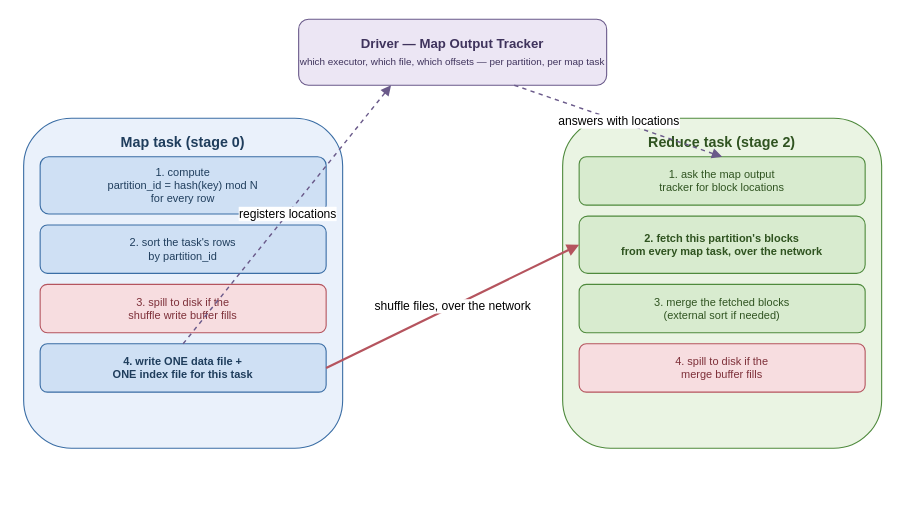
Above: book/figures/shuffle-write-read-path.drawio in AlanPhan04/spark-101-to-pro (draw.io), before the change. Source tidied: cells renumbered, new cells numbered last; positions are measured from the earlier drawing's top-left corner, leaving out a move shared by most shapes. Both pictures are drawn from the tidied source at 110%, with x=0, y=0 at pixel (23, 19).
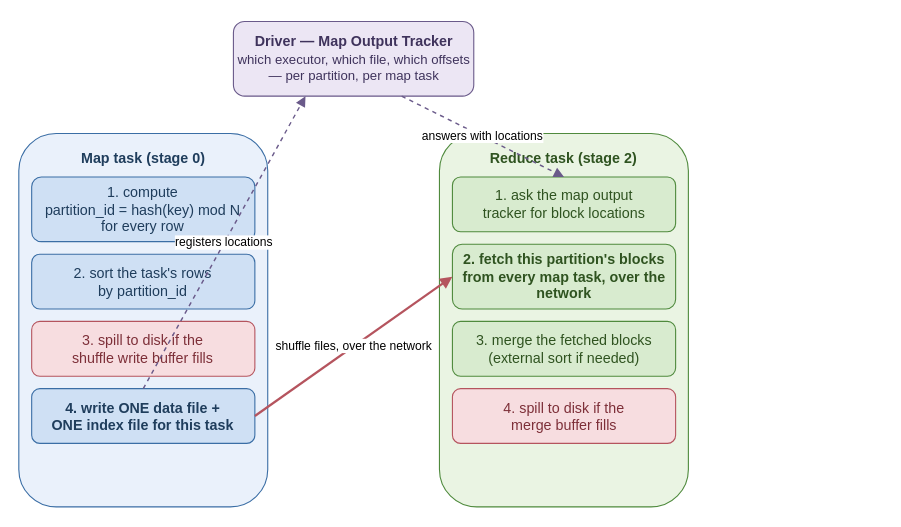
The same page after the edit.

The edit, as a diff of the source:
```diff
@@
 <mxGraphModel>
   <root>
     <mxCell id="0" />
     <mxCell id="1" parent="0" />
-    <mxCell id="2" value="&lt;b&gt;Driver &amp;#8212; Map Output Tracker&lt;/b&gt;&lt;br&gt;&lt;span style=&quot;font-size:9px&quot;&gt;which executor, which file, which offsets &amp;#8212; per partition, per map task&lt;/span&gt;" style="rounded=1;whiteSpace=wrap;html=1;fillColor=#ece6f4;strokeColor=#6a5a8a;fontSize=12;fontColor=#3f335c;" parent="1" vertex="1">
-      <mxGeometry x="250" width="280" height="60" as="geometry" />
+    <mxCell id="2" value="&lt;b&gt;Driver &amp;#8212; Map Output Tracker&lt;/b&gt;&lt;br&gt;&lt;span style=&quot;font-size:12px&quot;&gt;which executor, which file, which offsets &amp;#8212; per partition, per map task&lt;/span&gt;" style="rounded=1;whiteSpace=wrap;html=1;fillColor=#ece6f4;strokeColor=#6a5a8a;fontSize=13;fontColor=#3f335c;" parent="1" vertex="1">
+      <mxGeometry x="190.7" y="2" width="218.5" height="67.9" as="geometry" />
     </mxCell>
     <mxCell id="3" value="&lt;b&gt;Map task (stage 0)&lt;/b&gt;" style="rounded=1;whiteSpace=wrap;html=1;fillColor=#eaf1fb;strokeColor=#3b6ea5;fontSize=13;fontColor=#1f3d5c;verticalAlign=top;spacingTop=8;" parent="1" vertex="1">
-      <mxGeometry y="90" width="290" height="300" as="geometry" />
+      <mxGeometry x="-4.4" y="103.8" width="226.3" height="339.5" as="geometry" />
     </mxCell>
-    <mxCell id="4" value="1. compute&#10;partition_id = hash(key) mod N&#10;for every row" style="rounded=1;whiteSpace=wrap;html=1;fillColor=#cfe0f4;strokeColor=#3b6ea5;fontSize=10;fontColor=#1f3d5c;" parent="1" vertex="1">
-      <mxGeometry x="15" y="125" width="260" height="52" as="geometry" />
+    <mxCell id="4" value="1. compute&#10;partition_id = hash(key) mod N&#10;for every row" style="rounded=1;whiteSpace=wrap;html=1;fillColor=#cfe0f4;strokeColor=#3b6ea5;fontSize=13;fontColor=#1f3d5c;" parent="1" vertex="1">
+      <mxGeometry x="7.3" y="143.4" width="202.9" height="58.8" as="geometry" />
     </mxCell>
-    <mxCell id="5" value="2. sort the task's rows&#10;by partition_id" style="rounded=1;whiteSpace=wrap;html=1;fillColor=#cfe0f4;strokeColor=#3b6ea5;fontSize=10;fontColor=#1f3d5c;" parent="1" vertex="1">
-      <mxGeometry x="15" y="187" width="260" height="44" as="geometry" />
+    <mxCell id="5" value="2. sort the task's rows&#10;by partition_id" style="rounded=1;whiteSpace=wrap;html=1;fillColor=#cfe0f4;strokeColor=#3b6ea5;fontSize=13;fontColor=#1f3d5c;" parent="1" vertex="1">
+      <mxGeometry x="7.3" y="213.6" width="202.9" height="49.8" as="geometry" />
     </mxCell>
-    <mxCell id="6" value="3. spill to disk if the&#10;shuffle write buffer fills" style="rounded=1;whiteSpace=wrap;html=1;fillColor=#f7dde0;strokeColor=#b5545e;fontSize=10;fontColor=#7d2f38;" parent="1" vertex="1">
-      <mxGeometry x="15" y="241" width="260" height="44" as="geometry" />
+    <mxCell id="6" value="3. spill to disk if the&#10;shuffle write buffer fills" style="rounded=1;whiteSpace=wrap;html=1;fillColor=#f7dde0;strokeColor=#b5545e;fontSize=13;fontColor=#7d2f38;" parent="1" vertex="1">
+      <mxGeometry x="7.3" y="274.7" width="202.9" height="49.8" as="geometry" />
     </mxCell>
-    <mxCell id="7" value="4. write ONE data file +&#10;ONE index file for this task" style="rounded=1;whiteSpace=wrap;html=1;fillColor=#cfe0f4;strokeColor=#3b6ea5;fontSize=10;fontColor=#1f3d5c;fontStyle=1;" parent="1" vertex="1">
-      <mxGeometry x="15" y="295" width="260" height="44" as="geometry" />
+    <mxCell id="7" value="4. write ONE data file +&#10;ONE index file for this task" style="rounded=1;whiteSpace=wrap;html=1;fillColor=#cfe0f4;strokeColor=#3b6ea5;fontSize=13;fontColor=#1f3d5c;fontStyle=1;" parent="1" vertex="1">
+      <mxGeometry x="7.3" y="335.8" width="202.9" height="49.8" as="geometry" />
     </mxCell>
     <mxCell id="8" value="&lt;b&gt;Reduce task (stage 2)&lt;/b&gt;" style="rounded=1;whiteSpace=wrap;html=1;fillColor=#eaf4e3;strokeColor=#4f8a3d;fontSize=13;fontColor=#2f5320;verticalAlign=top;spacingTop=8;" parent="1" vertex="1">
-      <mxGeometry x="490" y="90" width="290" height="300" as="geometry" />
+      <mxGeometry x="378" y="103.8" width="226.3" height="339.5" as="geometry" />
     </mxCell>
-    <mxCell id="9" value="1. ask the map output&#10;tracker for block locations" style="rounded=1;whiteSpace=wrap;html=1;fillColor=#d8ebcf;strokeColor=#4f8a3d;fontSize=10;fontColor=#2f5320;" parent="1" vertex="1">
-      <mxGeometry x="505" y="125" width="260" height="44" as="geometry" />
+    <mxCell id="9" value="1. ask the map output&#10;tracker for block locations" style="rounded=1;whiteSpace=wrap;html=1;fillColor=#d8ebcf;strokeColor=#4f8a3d;fontSize=13;fontColor=#2f5320;" parent="1" vertex="1">
+      <mxGeometry x="389.8" y="143.4" width="202.9" height="49.8" as="geometry" />
     </mxCell>
-    <mxCell id="10" value="2. fetch this partition's blocks&#10;from every map task, over the network" style="rounded=1;whiteSpace=wrap;html=1;fillColor=#d8ebcf;strokeColor=#4f8a3d;fontSize=10;fontColor=#2f5320;fontStyle=1;" parent="1" vertex="1">
-      <mxGeometry x="505" y="179" width="260" height="52" as="geometry" />
+    <mxCell id="10" value="2. fetch this partition's blocks&#10;from every map task, over the network" style="rounded=1;whiteSpace=wrap;html=1;fillColor=#d8ebcf;strokeColor=#4f8a3d;fontSize=13;fontColor=#2f5320;fontStyle=1;" parent="1" vertex="1">
+      <mxGeometry x="389.8" y="204.6" width="202.9" height="58.8" as="geometry" />
     </mxCell>
-    <mxCell id="11" value="3. merge the fetched blocks&#10;(external sort if needed)" style="rounded=1;whiteSpace=wrap;html=1;fillColor=#d8ebcf;strokeColor=#4f8a3d;fontSize=10;fontColor=#2f5320;" parent="1" vertex="1">
-      <mxGeometry x="505" y="241" width="260" height="44" as="geometry" />
+    <mxCell id="11" value="3. merge the fetched blocks&#10;(external sort if needed)" style="rounded=1;whiteSpace=wrap;html=1;fillColor=#d8ebcf;strokeColor=#4f8a3d;fontSize=13;fontColor=#2f5320;" parent="1" vertex="1">
+      <mxGeometry x="389.8" y="274.7" width="202.9" height="49.8" as="geometry" />
     </mxCell>
-    <mxCell id="12" value="4. spill to disk if the&#10;merge buffer fills" style="rounded=1;whiteSpace=wrap;html=1;fillColor=#f7dde0;strokeColor=#b5545e;fontSize=10;fontColor=#7d2f38;" parent="1" vertex="1">
-      <mxGeometry x="505" y="295" width="260" height="44" as="geometry" />
+    <mxCell id="12" value="4. spill to disk if the&#10;merge buffer fills" style="rounded=1;whiteSpace=wrap;html=1;fillColor=#f7dde0;strokeColor=#b5545e;fontSize=13;fontColor=#7d2f38;" parent="1" vertex="1">
+      <mxGeometry x="389.8" y="335.8" width="202.9" height="49.8" as="geometry" />
     </mxCell>
     <mxCell id="13" value="registers locations" style="endArrow=block;html=1;dashed=1;strokeColor=#6a5a8a;strokeWidth=1.3;exitX=0.5;exitY=0;entryX=0.3;entryY=1;" parent="1" edge="1" source="7" target="2">
       <mxGeometry relative="1" as="geometry" />
     </mxCell>
     <mxCell id="14" value="answers with locations" style="endArrow=block;html=1;dashed=1;strokeColor=#6a5a8a;strokeWidth=1.3;exitX=0.7;exitY=1;entryX=0.5;entryY=0;" parent="1" edge="1" source="2" target="9">
       <mxGeometry relative="1" as="geometry" />
     </mxCell>
     <mxCell id="15" value="shuffle files, over the network" style="endArrow=block;html=1;strokeColor=#b5545e;strokeWidth=2;exitX=1;exitY=0.5;entryX=0;entryY=0.5;" parent="1" edge="1" source="7" target="10">
       <mxGeometry relative="1" as="geometry" />
     </mxCell>
   </root>
 </mxGraphModel>
```
